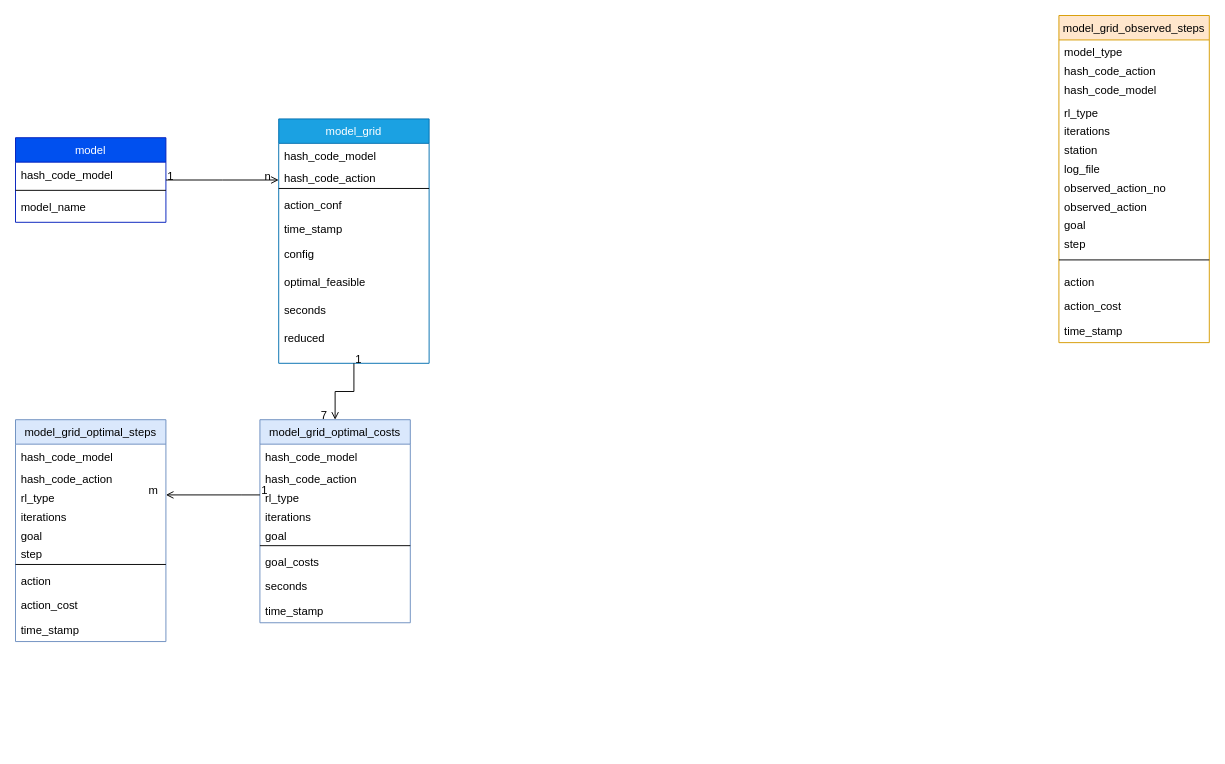
MatthiasWikenheiser/goal_recognition keeps this draw.io diagram as Datenmodell.drawio. Above is the earlier version. Source tidied: cells renumbered, new cells numbered last; positions are measured from the earlier drawing's top-left corner, leaving out a move shared by most shapes. Both pictures are drawn from the tidied source at 94%, with x=0, y=0 at pixel (15, 15).
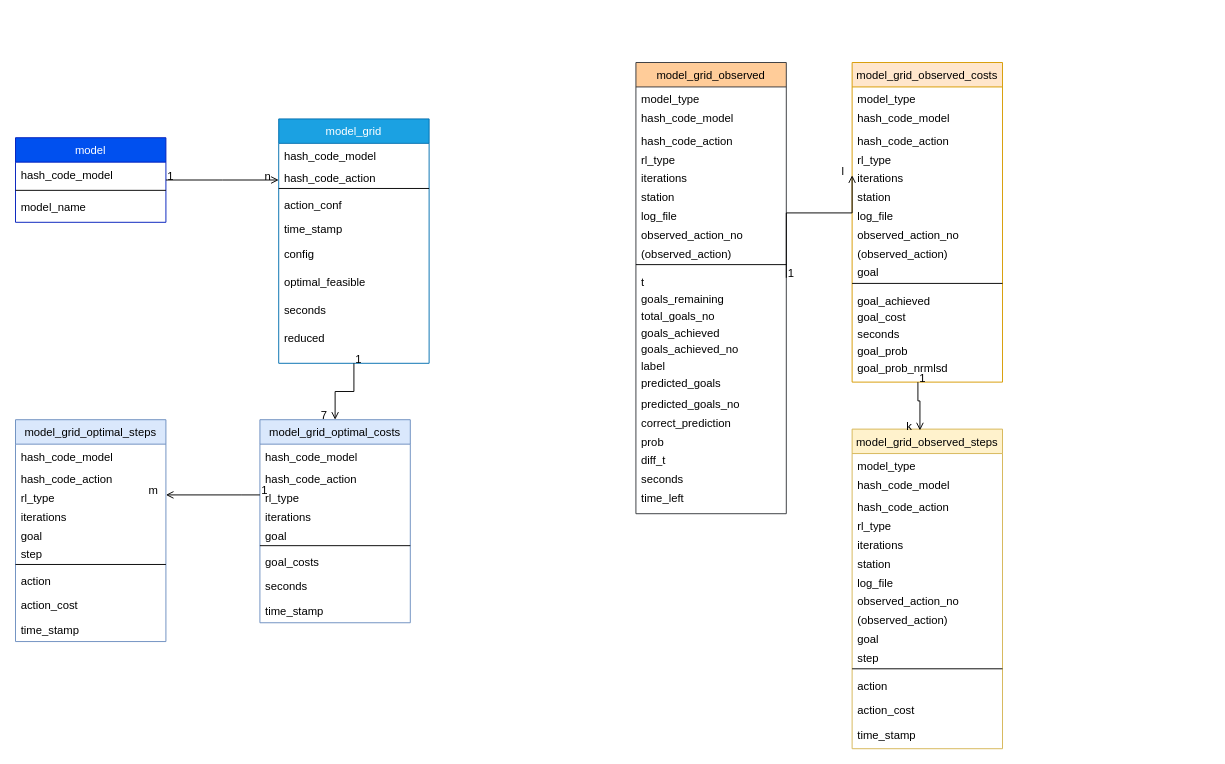
The same page after the edit.

The edit, as a diff of the source:
```diff
@@
-    <mxCell id="46" value="model_grid_observed_steps&#10;" style="swimlane;fontStyle=0;align=center;verticalAlign=top;horizontal=1;startSize=26;rounded=0;shadow=0;strokeWidth=1;fillColor=#ffe6cc;strokeColor=#d79b00;" parent="1" vertex="1">
-      <mxGeometry x="1110" width="160" height="348" as="geometry" />
+    <mxCell id="46" value="model_grid_observed_steps&#10;" style="swimlane;fontStyle=0;align=center;verticalAlign=top;horizontal=1;startSize=26;rounded=0;shadow=0;strokeWidth=1;fillColor=#fff2cc;strokeColor=#d6b656;" parent="1" vertex="1">
+      <mxGeometry x="890" y="440" width="160" height="340" as="geometry" />
     </mxCell>
@@
+    <mxCell id="49" value="hash_code_model" style="text;align=left;verticalAlign=top;spacingLeft=4;spacingRight=4;overflow=hidden;" parent="46" vertex="1">
+      <mxGeometry y="46" width="160" height="24" as="geometry" />
+    </mxCell>
     <mxCell id="48" value="hash_code_action" style="text;align=left;verticalAlign=top;spacingLeft=4;spacingRight=4;overflow=hidden;" parent="46" vertex="1">
-      <mxGeometry y="46" width="160" height="20" as="geometry" />
+      <mxGeometry y="70" width="160" height="20" as="geometry" />
     </mxCell>
-    <mxCell id="49" value="hash_code_model" style="text;align=left;verticalAlign=top;spacingLeft=4;spacingRight=4;overflow=hidden;" parent="46" vertex="1">
-      <mxGeometry y="66" width="160" height="24" as="geometry" />
-    </mxCell>
@@
-    <mxCell id="55" value="observed_action" style="text;align=left;verticalAlign=top;spacingLeft=4;spacingRight=4;overflow=hidden;" parent="46" vertex="1">
+    <mxCell id="55" value="(observed_action)" style="text;align=left;verticalAlign=top;spacingLeft=4;spacingRight=4;overflow=hidden;" parent="46" vertex="1">
       <mxGeometry y="190" width="160" height="20" as="geometry" />
     </mxCell>
@@
     <mxCell id="58" style="line;html=1;strokeWidth=1;align=left;verticalAlign=middle;spacingTop=-1;spacingLeft=3;spacingRight=3;labelPosition=right;" parent="46" vertex="1">
-      <mxGeometry y="250" width="160" height="20" as="geometry" />
+      <mxGeometry y="250" width="160" height="10" as="geometry" />
     </mxCell>
     <mxCell id="59" value="action" style="text;align=left;verticalAlign=top;spacingLeft=4;spacingRight=4;overflow=hidden;" parent="46" vertex="1">
-      <mxGeometry y="270" width="160" height="26" as="geometry" />
+      <mxGeometry y="260" width="160" height="26" as="geometry" />
     </mxCell>
     <mxCell id="60" value="action_cost" style="text;align=left;verticalAlign=top;spacingLeft=4;spacingRight=4;overflow=hidden;" parent="46" vertex="1">
-      <mxGeometry y="296" width="160" height="26" as="geometry" />
+      <mxGeometry y="286" width="160" height="26" as="geometry" />
     </mxCell>
     <mxCell id="61" value="time_stamp" style="text;align=left;verticalAlign=top;spacingLeft=4;spacingRight=4;overflow=hidden;" parent="46" vertex="1">
-      <mxGeometry y="322" width="160" height="26" as="geometry" />
+      <mxGeometry y="312" width="160" height="18" as="geometry" />
     </mxCell>
+    <mxCell id="62" value="model_grid_observed_costs&#10;" style="swimlane;fontStyle=0;align=center;verticalAlign=top;horizontal=1;startSize=26;rounded=0;shadow=0;strokeWidth=1;fillColor=#ffe6cc;strokeColor=#d79b00;" parent="1" vertex="1">
+      <mxGeometry x="890" y="50" width="160" height="340" as="geometry" />
+    </mxCell>
+    <mxCell id="63" value="model_type" style="text;align=left;verticalAlign=top;spacingLeft=4;spacingRight=4;overflow=hidden;" parent="62" vertex="1">
+      <mxGeometry y="26" width="160" height="20" as="geometry" />
+    </mxCell>
+    <mxCell id="64" value="hash_code_model" style="text;align=left;verticalAlign=top;spacingLeft=4;spacingRight=4;overflow=hidden;" parent="62" vertex="1">
+      <mxGeometry y="46" width="160" height="24" as="geometry" />
+    </mxCell>
+    <mxCell id="65" value="hash_code_action" style="text;align=left;verticalAlign=top;spacingLeft=4;spacingRight=4;overflow=hidden;" parent="62" vertex="1">
+      <mxGeometry y="70" width="160" height="20" as="geometry" />
+    </mxCell>
+    <mxCell id="66" value="rl_type" style="text;align=left;verticalAlign=top;spacingLeft=4;spacingRight=4;overflow=hidden;" parent="62" vertex="1">
+      <mxGeometry y="90" width="160" height="20" as="geometry" />
+    </mxCell>
+    <mxCell id="67" value="iterations" style="text;align=left;verticalAlign=top;spacingLeft=4;spacingRight=4;overflow=hidden;points=[[0,0.5],[1,0.5]];portConstraint=eastwest;" parent="62" vertex="1">
+      <mxGeometry y="110" width="160" height="20" as="geometry" />
+    </mxCell>
+    <mxCell id="68" value="station" style="text;align=left;verticalAlign=top;spacingLeft=4;spacingRight=4;overflow=hidden;" parent="62" vertex="1">
+      <mxGeometry y="130" width="160" height="20" as="geometry" />
+    </mxCell>
+    <mxCell id="69" value="log_file" style="text;align=left;verticalAlign=top;spacingLeft=4;spacingRight=4;overflow=hidden;" parent="62" vertex="1">
+      <mxGeometry y="150" width="160" height="20" as="geometry" />
+    </mxCell>
+    <mxCell id="70" value="observed_action_no   " style="text;align=left;verticalAlign=top;spacingLeft=4;spacingRight=4;overflow=hidden;" parent="62" vertex="1">
+      <mxGeometry y="170" width="160" height="20" as="geometry" />
+    </mxCell>
+    <mxCell id="71" value="(observed_action)" style="text;align=left;verticalAlign=top;spacingLeft=4;spacingRight=4;overflow=hidden;" parent="62" vertex="1">
+      <mxGeometry y="190" width="160" height="20" as="geometry" />
+    </mxCell>
+    <mxCell id="72" value="goal" style="text;align=left;verticalAlign=top;spacingLeft=4;spacingRight=4;overflow=hidden;" parent="62" vertex="1">
+      <mxGeometry y="210" width="160" height="20" as="geometry" />
+    </mxCell>
+    <mxCell id="73" style="line;html=1;strokeWidth=1;align=left;verticalAlign=middle;spacingTop=-1;spacingLeft=3;spacingRight=3;labelPosition=right;" parent="62" vertex="1">
+      <mxGeometry y="230" width="160" height="10" as="geometry" />
+    </mxCell>
+    <mxCell id="74" value="goal_achieved" style="text;align=left;verticalAlign=top;spacingLeft=4;spacingRight=4;overflow=hidden;" parent="62" vertex="1">
+      <mxGeometry y="240" width="160" height="18" as="geometry" />
+    </mxCell>
+    <mxCell id="75" value="goal_cost" style="text;align=left;verticalAlign=top;spacingLeft=4;spacingRight=4;overflow=hidden;" parent="62" vertex="1">
+      <mxGeometry y="258" width="160" height="18" as="geometry" />
+    </mxCell>
+    <mxCell id="76" value="seconds" style="text;align=left;verticalAlign=top;spacingLeft=4;spacingRight=4;overflow=hidden;" parent="62" vertex="1">
+      <mxGeometry y="276" width="160" height="18" as="geometry" />
+    </mxCell>
+    <mxCell id="77" value="goal_prob" style="text;align=left;verticalAlign=top;spacingLeft=4;spacingRight=4;overflow=hidden;" parent="62" vertex="1">
+      <mxGeometry y="294" width="160" height="18" as="geometry" />
+    </mxCell>
+    <mxCell id="78" value="goal_prob_nrmlsd" style="text;align=left;verticalAlign=top;spacingLeft=4;spacingRight=4;overflow=hidden;" parent="62" vertex="1">
+      <mxGeometry y="312" width="160" height="18" as="geometry" />
+    </mxCell>
+    <mxCell id="79" style="endArrow=open;shadow=0;strokeWidth=1;rounded=0;endFill=1;edgeStyle=elbowEdgeStyle;elbow=vertical;entryX=0.451;entryY=0.004;entryDx=0;entryDy=0;entryPerimeter=0;" parent="1" edge="1" target="46">
+      <mxGeometry x="0.5" y="41" relative="1" as="geometry">
+        <mxPoint x="960" y="390" as="sourcePoint" />
+        <Array as="points">
+          <mxPoint x="1020" y="410" />
+          <mxPoint x="1580" y="270" />
+        </Array>
+        <mxPoint x="-40" y="32" as="offset" />
+      </mxGeometry>
+    </mxCell>
+    <mxCell id="80" value="1" style="align=left;verticalAlign=bottom;labelBackgroundColor=none;fontSize=12;fontStyle=0;" parent="79" vertex="1">
+      <mxGeometry x="-1" relative="1" as="geometry">
+        <mxPoint y="4" as="offset" />
+      </mxGeometry>
+    </mxCell>
+    <mxCell id="81" value="k" style="align=right;verticalAlign=bottom;labelBackgroundColor=none;fontSize=12;" parent="79" vertex="1">
+      <mxGeometry x="1" relative="1" as="geometry">
+        <mxPoint x="-7" y="4" as="offset" />
+      </mxGeometry>
+    </mxCell>
+    <mxCell id="82" value="model_grid_observed&#10;" style="swimlane;fontStyle=0;align=center;verticalAlign=top;horizontal=1;startSize=26;rounded=0;shadow=0;strokeWidth=1;fillColor=#ffcc99;strokeColor=#36393d;" parent="1" vertex="1">
+      <mxGeometry x="660" y="50" width="160" height="480" as="geometry" />
+    </mxCell>
+    <mxCell id="83" value="model_type" style="text;align=left;verticalAlign=top;spacingLeft=4;spacingRight=4;overflow=hidden;" parent="82" vertex="1">
+      <mxGeometry y="26" width="160" height="20" as="geometry" />
+    </mxCell>
+    <mxCell id="84" value="hash_code_model" style="text;align=left;verticalAlign=top;spacingLeft=4;spacingRight=4;overflow=hidden;" parent="82" vertex="1">
+      <mxGeometry y="46" width="160" height="24" as="geometry" />
+    </mxCell>
+    <mxCell id="85" value="hash_code_action" style="text;align=left;verticalAlign=top;spacingLeft=4;spacingRight=4;overflow=hidden;" parent="82" vertex="1">
+      <mxGeometry y="70" width="160" height="20" as="geometry" />
+    </mxCell>
+    <mxCell id="86" value="rl_type" style="text;align=left;verticalAlign=top;spacingLeft=4;spacingRight=4;overflow=hidden;" parent="82" vertex="1">
+      <mxGeometry y="90" width="160" height="20" as="geometry" />
+    </mxCell>
+    <mxCell id="87" value="iterations" style="text;align=left;verticalAlign=top;spacingLeft=4;spacingRight=4;overflow=hidden;" parent="82" vertex="1">
+      <mxGeometry y="110" width="160" height="20" as="geometry" />
+    </mxCell>
+    <mxCell id="88" value="station" style="text;align=left;verticalAlign=top;spacingLeft=4;spacingRight=4;overflow=hidden;" parent="82" vertex="1">
+      <mxGeometry y="130" width="160" height="20" as="geometry" />
+    </mxCell>
+    <mxCell id="89" value="log_file" style="text;align=left;verticalAlign=top;spacingLeft=4;spacingRight=4;overflow=hidden;" parent="82" vertex="1">
+      <mxGeometry y="150" width="160" height="20" as="geometry" />
+    </mxCell>
+    <mxCell id="90" value="observed_action_no   " style="text;align=left;verticalAlign=top;spacingLeft=4;spacingRight=4;overflow=hidden;" parent="82" vertex="1">
+      <mxGeometry y="170" width="160" height="20" as="geometry" />
+    </mxCell>
+    <mxCell id="91" value="(observed_action)" style="text;align=left;verticalAlign=top;spacingLeft=4;spacingRight=4;overflow=hidden;" parent="82" vertex="1">
+      <mxGeometry y="190" width="160" height="20" as="geometry" />
+    </mxCell>
+    <mxCell id="92" style="line;html=1;strokeWidth=1;align=left;verticalAlign=middle;spacingTop=-1;spacingLeft=3;spacingRight=3;labelPosition=right;" parent="82" vertex="1">
+      <mxGeometry y="210" width="160" height="10" as="geometry" />
+    </mxCell>
+    <mxCell id="93" value="t" style="text;align=left;verticalAlign=top;spacingLeft=4;spacingRight=4;overflow=hidden;points=[[0,0.5],[1,0.5]];portConstraint=eastwest;" parent="82" vertex="1">
+      <mxGeometry y="220" width="160" height="18" as="geometry" />
+    </mxCell>
+    <mxCell id="94" value="goals_remaining" style="text;align=left;verticalAlign=top;spacingLeft=4;spacingRight=4;overflow=hidden;" parent="82" vertex="1">
+      <mxGeometry y="238" width="160" height="18" as="geometry" />
+    </mxCell>
+    <mxCell id="95" value="total_goals_no" style="text;align=left;verticalAlign=top;spacingLeft=4;spacingRight=4;overflow=hidden;" parent="82" vertex="1">
+      <mxGeometry y="256" width="160" height="18" as="geometry" />
+    </mxCell>
+    <mxCell id="96" value="goals_achieved" style="text;align=left;verticalAlign=top;spacingLeft=4;spacingRight=4;overflow=hidden;" parent="82" vertex="1">
+      <mxGeometry y="274" width="160" height="18" as="geometry" />
+    </mxCell>
+    <mxCell id="97" value="goals_achieved_no" style="text;align=left;verticalAlign=top;spacingLeft=4;spacingRight=4;overflow=hidden;" parent="82" vertex="1">
+      <mxGeometry y="292" width="160" height="18" as="geometry" />
+    </mxCell>
+    <mxCell id="98" value="label" style="text;align=left;verticalAlign=top;spacingLeft=4;spacingRight=4;overflow=hidden;" parent="82" vertex="1">
+      <mxGeometry y="310" width="160" height="18" as="geometry" />
+    </mxCell>
+    <mxCell id="99" value="predicted_goals" style="text;align=left;verticalAlign=top;spacingLeft=4;spacingRight=4;overflow=hidden;" parent="82" vertex="1">
+      <mxGeometry y="328" width="160" height="22" as="geometry" />
+    </mxCell>
+    <mxCell id="100" value="predicted_goals_no" style="text;align=left;verticalAlign=top;spacingLeft=4;spacingRight=4;overflow=hidden;" parent="82" vertex="1">
+      <mxGeometry y="350" width="160" height="20" as="geometry" />
+    </mxCell>
+    <mxCell id="101" value="correct_prediction" style="text;align=left;verticalAlign=top;spacingLeft=4;spacingRight=4;overflow=hidden;" parent="82" vertex="1">
+      <mxGeometry y="370" width="160" height="20" as="geometry" />
+    </mxCell>
+    <mxCell id="102" value="prob" style="text;align=left;verticalAlign=top;spacingLeft=4;spacingRight=4;overflow=hidden;" parent="82" vertex="1">
+      <mxGeometry y="390" width="160" height="20" as="geometry" />
+    </mxCell>
+    <mxCell id="103" value="diff_t" style="text;align=left;verticalAlign=top;spacingLeft=4;spacingRight=4;overflow=hidden;" parent="82" vertex="1">
+      <mxGeometry y="410" width="160" height="20" as="geometry" />
+    </mxCell>
+    <mxCell id="104" value="seconds" style="text;align=left;verticalAlign=top;spacingLeft=4;spacingRight=4;overflow=hidden;" parent="82" vertex="1">
+      <mxGeometry y="430" width="160" height="20" as="geometry" />
+    </mxCell>
+    <mxCell id="105" value="time_left" style="text;align=left;verticalAlign=top;spacingLeft=4;spacingRight=4;overflow=hidden;" parent="82" vertex="1">
+      <mxGeometry y="450" width="160" height="20" as="geometry" />
+    </mxCell>
+    <mxCell id="106" style="endArrow=open;shadow=0;strokeWidth=1;rounded=0;endFill=1;edgeStyle=elbowEdgeStyle;elbow=vertical;exitX=1;exitY=0.5;exitDx=0;exitDy=0;entryX=0;entryY=0.5;entryDx=0;entryDy=0;" parent="1" edge="1" source="93" target="67">
+      <mxGeometry x="0.5" y="41" relative="1" as="geometry">
+        <Array as="points">
+          <mxPoint x="850" y="210" />
+          <mxPoint x="1470" y="50" />
+        </Array>
+        <mxPoint x="-40" y="32" as="offset" />
+      </mxGeometry>
+    </mxCell>
+    <mxCell id="107" value="1" style="align=left;verticalAlign=bottom;labelBackgroundColor=none;fontSize=12;fontStyle=0;" parent="106" vertex="1">
+      <mxGeometry x="-1" relative="1" as="geometry">
+        <mxPoint y="4" as="offset" />
+      </mxGeometry>
+    </mxCell>
+    <mxCell id="108" value="l" style="align=right;verticalAlign=bottom;labelBackgroundColor=none;fontSize=12;" parent="106" vertex="1">
+      <mxGeometry x="1" relative="1" as="geometry">
+        <mxPoint x="-7" y="4" as="offset" />
+      </mxGeometry>
+    </mxCell>
```
